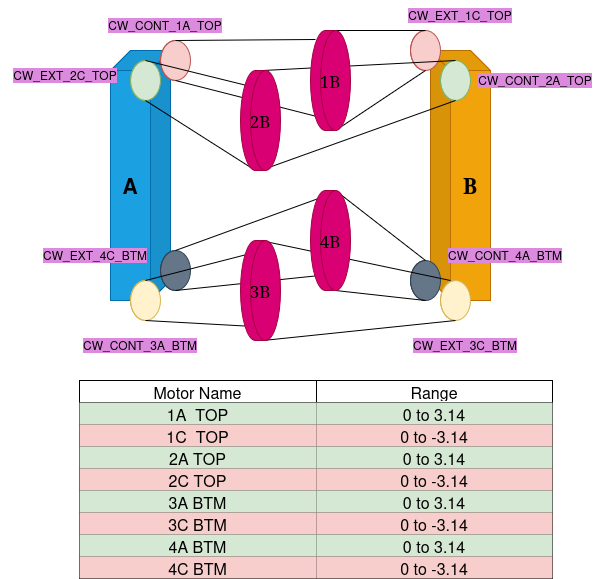
The draw.io diagram HSAModel.png in rdlynx19/HSA, before a commit. Source tidied: cells renumbered, new cells last; positions are measured from the earlier drawing's top-left corner, leaving out a move shared by most shapes.
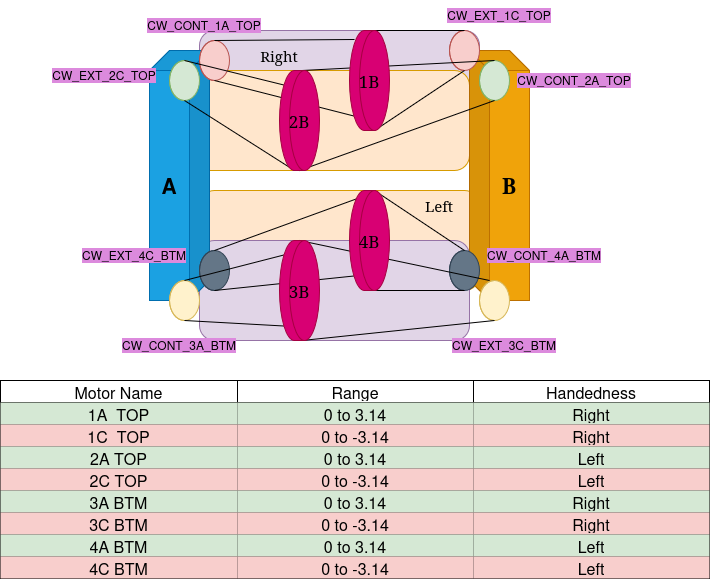
Above is the later version.

Diff of the diagram source:
```diff
@@ -1,7 +1,26 @@
 <mxGraphModel>
   <root>
     <mxCell id="0" />
+    <mxCell id="73" value="HSA" parent="0" />
+    <mxCell id="74" style="rounded=1;whiteSpace=wrap;html=1;fillColor=#e1d5e7;strokeColor=#9673a6;" parent="73" vertex="1">
+      <mxGeometry x="160" y="30" width="280" height="100" as="geometry" />
+    </mxCell>
+    <mxCell id="75" style="rounded=1;whiteSpace=wrap;html=1;fillColor=#ffe6cc;strokeColor=#d79b00;" parent="73" vertex="1">
+      <mxGeometry x="160" y="190" width="280" height="100" as="geometry" />
+    </mxCell>
+    <mxCell id="76" style="rounded=1;whiteSpace=wrap;html=1;fillColor=#ffe6cc;strokeColor=#d79b00;" parent="73" vertex="1">
+      <mxGeometry x="150" y="70" width="280" height="100" as="geometry" />
+    </mxCell>
+    <mxCell id="77" value="&lt;font style=&quot;font-size: 15px;&quot; face=&quot;Verdana&quot;&gt;Right&lt;/font&gt;" style="text;html=1;whiteSpace=wrap;strokeColor=none;fillColor=none;align=center;verticalAlign=middle;rounded=0;" parent="73" vertex="1">
+      <mxGeometry x="210" y="40" width="60" height="30" as="geometry" />
+    </mxCell>
+    <mxCell id="78" value="&lt;font style=&quot;font-size: 15px;&quot; face=&quot;Verdana&quot;&gt;Left&lt;/font&gt;" style="text;html=1;whiteSpace=wrap;strokeColor=none;fillColor=none;align=center;verticalAlign=middle;rounded=0;" parent="73" vertex="1">
+      <mxGeometry x="370" y="190" width="60" height="30" as="geometry" />
+    </mxCell>
     <mxCell id="1" parent="0" />
+    <mxCell id="79" style="rounded=1;whiteSpace=wrap;html=1;fillColor=#e1d5e7;strokeColor=#9673a6;" parent="1" vertex="1">
+      <mxGeometry x="160" y="240" width="270" height="100" as="geometry" />
+    </mxCell>
     <mxCell id="2" value="B" style="shape=cube;whiteSpace=wrap;html=1;boundedLbl=1;backgroundOutline=1;darkOpacity=0.05;darkOpacity2=0.1;fillColor=#f0a30a;strokeColor=#BD7000;fontColor=#000000;fontFamily=Verdana;fontSize=21;fontStyle=1;" parent="1" vertex="1">
       <mxGeometry x="430" y="50" width="60" height="250" as="geometry" />
     </mxCell>
@@ -27,7 +46,7 @@
       <mxGeometry x="440" y="60" width="30" height="40" as="geometry" />
     </mxCell>
     <mxCell id="10" style="shape=cylinder3;whiteSpace=wrap;html=1;boundedLbl=1;backgroundOutline=1;size=15;direction=south;flipH=0;fillColor=#647687;fontColor=#ffffff;strokeColor=#314354;" parent="1" vertex="1">
-      <mxGeometry x="410" y="260" width="30" height="40" as="geometry" />
+      <mxGeometry x="410" y="250" width="30" height="40" as="geometry" />
     </mxCell>
     <mxCell id="11" style="shape=cylinder3;whiteSpace=wrap;html=1;boundedLbl=1;backgroundOutline=1;size=15;direction=south;flipH=0;fillColor=#fff2cc;strokeColor=#d6b656;" parent="1" vertex="1">
       <mxGeometry x="440" y="280" width="30" height="40" as="geometry" />
@@ -74,9 +93,6 @@
     <mxCell id="25" style="endArrow=none;html=1;rounded=0;entryX=0;entryY=0.667;entryDx=0;entryDy=0;entryPerimeter=0;exitX=0;exitY=0.5;exitDx=0;exitDy=0;exitPerimeter=0;" parent="1" edge="1" source="40" target="11">
       <mxGeometry relative="1" as="geometry" />
     </mxCell>
-    <mxCell id="26" style="endArrow=none;html=1;rounded=0;exitX=1;exitY=0;exitDx=0;exitDy=17.5;exitPerimeter=0;entryX=1;entryY=0.5;entryDx=0;entryDy=0;entryPerimeter=0;" parent="1" edge="1" source="40" target="11">
-      <mxGeometry relative="1" as="geometry" />
-    </mxCell>
     <mxCell id="27" value="CW_CONT_1A_TOP" style="text;html=1;whiteSpace=wrap;strokeColor=none;fillColor=none;align=center;verticalAlign=middle;rounded=0;labelBackgroundColor=light-dark(#dc8add, #ededed);fontColor=light-dark(#000000,#EDEDED);" parent="1" vertex="1">
       <mxGeometry x="100" y="10" width="130" height="30" as="geometry" />
     </mxCell>
@@ -104,6 +120,9 @@
     <mxCell id="35" style="endArrow=none;html=1;rounded=0;entryX=1;entryY=0.5;entryDx=0;entryDy=0;entryPerimeter=0;exitX=1;exitY=0;exitDx=0;exitDy=15;exitPerimeter=0;" parent="1" edge="1" source="37" target="8">
       <mxGeometry relative="1" as="geometry" />
     </mxCell>
+    <mxCell id="26" style="endArrow=none;html=1;rounded=0;exitX=1;exitY=0;exitDx=0;exitDy=17.5;exitPerimeter=0;entryX=1;entryY=0.5;entryDx=0;entryDy=0;entryPerimeter=0;" parent="1" edge="1" source="40" target="11">
+      <mxGeometry relative="1" as="geometry" />
+    </mxCell>
     <mxCell id="36" value="Discs" parent="0" />
     <mxCell id="37" style="shape=cylinder3;whiteSpace=wrap;html=1;boundedLbl=1;backgroundOutline=1;size=15;direction=south;fillColor=#d80073;fontColor=#ffffff;strokeColor=#A50040;" parent="36" vertex="1">
       <mxGeometry x="310" y="30" width="40" height="100" as="geometry" />
@@ -130,10 +149,10 @@
       <mxGeometry x="230" y="105" width="60" height="30" as="geometry" />
     </mxCell>
     <mxCell id="45" style="shape=table;startSize=0;fontSize=16;" parent="36" vertex="1">
-      <mxGeometry x="79" y="380" width="473" height="198" as="geometry" />
+      <mxGeometry x="-39" y="380" width="709" height="198" as="geometry" />
     </mxCell>
     <mxCell id="46" style="shape=tableRow;horizontal=0;startSize=0;swimlaneHead=0;swimlaneBody=0;strokeColor=inherit;top=0;left=0;bottom=0;right=0;fillColor=none;fontSize=16;" parent="45" vertex="1">
-      <mxGeometry width="473" height="22" as="geometry" />
+      <mxGeometry width="709" height="22" as="geometry" />
     </mxCell>
     <mxCell id="47" value="Motor Name" style="shape=partialRectangle;html=1;whiteSpace=wrap;strokeColor=inherit;overflow=hidden;fillColor=none;top=0;left=0;bottom=0;right=0;fontSize=16;" parent="46" vertex="1">
       <mxGeometry width="237" height="22" as="geometry" />
@@ -141,8 +160,11 @@
     <mxCell id="48" value="Range" style="shape=partialRectangle;html=1;whiteSpace=wrap;strokeColor=inherit;overflow=hidden;fillColor=none;top=0;left=0;bottom=0;right=0;fontSize=16;" parent="46" vertex="1">
       <mxGeometry x="237" width="236" height="22" as="geometry" />
     </mxCell>
+    <mxCell id="80" value="Handedness" style="shape=partialRectangle;html=1;whiteSpace=wrap;strokeColor=inherit;overflow=hidden;fillColor=none;top=0;left=0;bottom=0;right=0;fontSize=16;" parent="46" vertex="1">
+      <mxGeometry x="473" width="236" height="22" as="geometry" />
+    </mxCell>
     <mxCell id="49" style="shape=tableRow;horizontal=0;startSize=0;swimlaneHead=0;swimlaneBody=0;strokeColor=inherit;top=0;left=0;bottom=0;right=0;fillColor=none;fontSize=16;" parent="45" vertex="1">
-      <mxGeometry y="22" width="473" height="22" as="geometry" />
+      <mxGeometry y="22" width="709" height="22" as="geometry" />
     </mxCell>
     <mxCell id="50" value="1A_TOP" style="shape=partialRectangle;html=1;whiteSpace=wrap;strokeColor=#82b366;overflow=hidden;fillColor=#d5e8d4;top=0;left=0;bottom=0;right=0;fontSize=16;" parent="49" vertex="1">
       <mxGeometry width="237" height="22" as="geometry" />
@@ -150,8 +172,11 @@
     <mxCell id="51" value="0 to 3.14" style="shape=partialRectangle;html=1;whiteSpace=wrap;strokeColor=#82b366;overflow=hidden;fillColor=#d5e8d4;top=0;left=0;bottom=0;right=0;fontSize=16;" parent="49" vertex="1">
       <mxGeometry x="237" width="236" height="22" as="geometry" />
     </mxCell>
+    <mxCell id="81" value="Right" style="shape=partialRectangle;html=1;whiteSpace=wrap;strokeColor=#82b366;overflow=hidden;fillColor=#d5e8d4;top=0;left=0;bottom=0;right=0;fontSize=16;" parent="49" vertex="1">
+      <mxGeometry x="473" width="236" height="22" as="geometry" />
+    </mxCell>
     <mxCell id="52" style="shape=tableRow;horizontal=0;startSize=0;swimlaneHead=0;swimlaneBody=0;strokeColor=inherit;top=0;left=0;bottom=0;right=0;fillColor=none;fontSize=16;" parent="45" vertex="1">
-      <mxGeometry y="44" width="473" height="22" as="geometry" />
+      <mxGeometry y="44" width="709" height="22" as="geometry" />
     </mxCell>
     <mxCell id="53" value="1C_TOP" style="shape=partialRectangle;html=1;whiteSpace=wrap;strokeColor=#b85450;overflow=hidden;fillColor=#f8cecc;top=0;left=0;bottom=0;right=0;fontSize=16;" parent="52" vertex="1">
       <mxGeometry width="237" height="22" as="geometry" />
@@ -159,8 +184,11 @@
     <mxCell id="54" value="0 to -3.14" style="shape=partialRectangle;html=1;whiteSpace=wrap;strokeColor=#b85450;overflow=hidden;fillColor=#f8cecc;top=0;left=0;bottom=0;right=0;fontSize=16;" parent="52" vertex="1">
       <mxGeometry x="237" width="236" height="22" as="geometry" />
     </mxCell>
+    <mxCell id="82" value="Right" style="shape=partialRectangle;html=1;whiteSpace=wrap;strokeColor=#b85450;overflow=hidden;fillColor=#f8cecc;top=0;left=0;bottom=0;right=0;fontSize=16;" parent="52" vertex="1">
+      <mxGeometry x="473" width="236" height="22" as="geometry" />
+    </mxCell>
     <mxCell id="55" style="shape=tableRow;horizontal=0;startSize=0;swimlaneHead=0;swimlaneBody=0;strokeColor=inherit;top=0;left=0;bottom=0;right=0;fillColor=none;fontSize=16;" parent="45" vertex="1">
-      <mxGeometry y="66" width="473" height="22" as="geometry" />
+      <mxGeometry y="66" width="709" height="22" as="geometry" />
     </mxCell>
     <mxCell id="56" value="2A TOP" style="shape=partialRectangle;html=1;whiteSpace=wrap;strokeColor=#82b366;overflow=hidden;fillColor=#d5e8d4;top=0;left=0;bottom=0;right=0;fontSize=16;" parent="55" vertex="1">
       <mxGeometry width="237" height="22" as="geometry" />
@@ -168,8 +196,11 @@
     <mxCell id="57" value="0 to 3.14" style="shape=partialRectangle;html=1;whiteSpace=wrap;strokeColor=#82b366;overflow=hidden;fillColor=#d5e8d4;top=0;left=0;bottom=0;right=0;fontSize=16;" parent="55" vertex="1">
       <mxGeometry x="237" width="236" height="22" as="geometry" />
     </mxCell>
+    <mxCell id="83" value="Left" style="shape=partialRectangle;html=1;whiteSpace=wrap;strokeColor=#82b366;overflow=hidden;fillColor=#d5e8d4;top=0;left=0;bottom=0;right=0;fontSize=16;" parent="55" vertex="1">
+      <mxGeometry x="473" width="236" height="22" as="geometry" />
+    </mxCell>
     <mxCell id="58" style="shape=tableRow;horizontal=0;startSize=0;swimlaneHead=0;swimlaneBody=0;strokeColor=inherit;top=0;left=0;bottom=0;right=0;fillColor=none;fontSize=16;" parent="45" vertex="1">
-      <mxGeometry y="88" width="473" height="22" as="geometry" />
+      <mxGeometry y="88" width="709" height="22" as="geometry" />
     </mxCell>
     <mxCell id="59" value="2C TOP" style="shape=partialRectangle;html=1;whiteSpace=wrap;strokeColor=#b85450;overflow=hidden;fillColor=#f8cecc;top=0;left=0;bottom=0;right=0;fontSize=16;" parent="58" vertex="1">
       <mxGeometry width="237" height="22" as="geometry" />
@@ -177,8 +208,11 @@
     <mxCell id="60" value="0 to -3.14" style="shape=partialRectangle;html=1;whiteSpace=wrap;strokeColor=#b85450;overflow=hidden;fillColor=#f8cecc;top=0;left=0;bottom=0;right=0;fontSize=16;" parent="58" vertex="1">
       <mxGeometry x="237" width="236" height="22" as="geometry" />
     </mxCell>
+    <mxCell id="84" value="Left" style="shape=partialRectangle;html=1;whiteSpace=wrap;strokeColor=#b85450;overflow=hidden;fillColor=#f8cecc;top=0;left=0;bottom=0;right=0;fontSize=16;" parent="58" vertex="1">
+      <mxGeometry x="473" width="236" height="22" as="geometry" />
+    </mxCell>
     <mxCell id="61" style="shape=tableRow;horizontal=0;startSize=0;swimlaneHead=0;swimlaneBody=0;strokeColor=inherit;top=0;left=0;bottom=0;right=0;fillColor=none;fontSize=16;" parent="45" vertex="1">
-      <mxGeometry y="110" width="473" height="22" as="geometry" />
+      <mxGeometry y="110" width="709" height="22" as="geometry" />
     </mxCell>
     <mxCell id="62" value="3A BTM" style="shape=partialRectangle;html=1;whiteSpace=wrap;strokeColor=#82b366;overflow=hidden;fillColor=#d5e8d4;top=0;left=0;bottom=0;right=0;fontSize=16;" parent="61" vertex="1">
       <mxGeometry width="237" height="22" as="geometry" />
@@ -186,8 +220,11 @@
     <mxCell id="63" value="0 to 3.14" style="shape=partialRectangle;html=1;whiteSpace=wrap;strokeColor=#82b366;overflow=hidden;fillColor=#d5e8d4;top=0;left=0;bottom=0;right=0;fontSize=16;" parent="61" vertex="1">
       <mxGeometry x="237" width="236" height="22" as="geometry" />
     </mxCell>
+    <mxCell id="85" value="Right" style="shape=partialRectangle;html=1;whiteSpace=wrap;strokeColor=#82b366;overflow=hidden;fillColor=#d5e8d4;top=0;left=0;bottom=0;right=0;fontSize=16;" parent="61" vertex="1">
+      <mxGeometry x="473" width="236" height="22" as="geometry" />
+    </mxCell>
     <mxCell id="64" style="shape=tableRow;horizontal=0;startSize=0;swimlaneHead=0;swimlaneBody=0;strokeColor=inherit;top=0;left=0;bottom=0;right=0;fillColor=none;fontSize=16;" parent="45" vertex="1">
-      <mxGeometry y="132" width="473" height="22" as="geometry" />
+      <mxGeometry y="132" width="709" height="22" as="geometry" />
     </mxCell>
     <mxCell id="65" value="3C BTM" style="shape=partialRectangle;html=1;whiteSpace=wrap;strokeColor=#b85450;overflow=hidden;fillColor=#f8cecc;top=0;left=0;bottom=0;right=0;fontSize=16;" parent="64" vertex="1">
       <mxGeometry width="237" height="22" as="geometry" />
@@ -195,8 +232,11 @@
     <mxCell id="66" value="0 to -3.14" style="shape=partialRectangle;html=1;whiteSpace=wrap;strokeColor=#b85450;overflow=hidden;fillColor=#f8cecc;top=0;left=0;bottom=0;right=0;fontSize=16;" parent="64" vertex="1">
       <mxGeometry x="237" width="236" height="22" as="geometry" />
     </mxCell>
+    <mxCell id="86" value="Right" style="shape=partialRectangle;html=1;whiteSpace=wrap;strokeColor=#b85450;overflow=hidden;fillColor=#f8cecc;top=0;left=0;bottom=0;right=0;fontSize=16;" parent="64" vertex="1">
+      <mxGeometry x="473" width="236" height="22" as="geometry" />
+    </mxCell>
     <mxCell id="67" style="shape=tableRow;horizontal=0;startSize=0;swimlaneHead=0;swimlaneBody=0;strokeColor=inherit;top=0;left=0;bottom=0;right=0;fillColor=none;fontSize=16;" parent="45" vertex="1">
-      <mxGeometry y="154" width="473" height="22" as="geometry" />
+      <mxGeometry y="154" width="709" height="22" as="geometry" />
     </mxCell>
     <mxCell id="68" value="4A BTM" style="shape=partialRectangle;html=1;whiteSpace=wrap;strokeColor=#82b366;overflow=hidden;fillColor=#d5e8d4;top=0;left=0;bottom=0;right=0;fontSize=16;" parent="67" vertex="1">
       <mxGeometry width="237" height="22" as="geometry" />
@@ -204,8 +244,11 @@
     <mxCell id="69" value="0 to 3.14" style="shape=partialRectangle;html=1;whiteSpace=wrap;strokeColor=#82b366;overflow=hidden;fillColor=#d5e8d4;top=0;left=0;bottom=0;right=0;fontSize=16;" parent="67" vertex="1">
       <mxGeometry x="237" width="236" height="22" as="geometry" />
     </mxCell>
+    <mxCell id="87" value="Left" style="shape=partialRectangle;html=1;whiteSpace=wrap;strokeColor=#82b366;overflow=hidden;fillColor=#d5e8d4;top=0;left=0;bottom=0;right=0;fontSize=16;" parent="67" vertex="1">
+      <mxGeometry x="473" width="236" height="22" as="geometry" />
+    </mxCell>
     <mxCell id="70" style="shape=tableRow;horizontal=0;startSize=0;swimlaneHead=0;swimlaneBody=0;strokeColor=inherit;top=0;left=0;bottom=0;right=0;fillColor=none;fontSize=16;" parent="45" vertex="1">
-      <mxGeometry y="176" width="473" height="22" as="geometry" />
+      <mxGeometry y="176" width="709" height="22" as="geometry" />
     </mxCell>
     <mxCell id="71" value="4C BTM" style="shape=partialRectangle;html=1;whiteSpace=wrap;strokeColor=#b85450;overflow=hidden;fillColor=#f8cecc;top=0;left=0;bottom=0;right=0;fontSize=16;" parent="70" vertex="1">
       <mxGeometry width="237" height="22" as="geometry" />
@@ -213,5 +256,8 @@
     <mxCell id="72" value="0 to -3.14" style="shape=partialRectangle;html=1;whiteSpace=wrap;strokeColor=#b85450;overflow=hidden;fillColor=#f8cecc;top=0;left=0;bottom=0;right=0;fontSize=16;" parent="70" vertex="1">
       <mxGeometry x="237" width="236" height="22" as="geometry" />
     </mxCell>
+    <mxCell id="88" value="Left" style="shape=partialRectangle;html=1;whiteSpace=wrap;strokeColor=#b85450;overflow=hidden;fillColor=#f8cecc;top=0;left=0;bottom=0;right=0;fontSize=16;" parent="70" vertex="1">
+      <mxGeometry x="473" width="236" height="22" as="geometry" />
+    </mxCell>
   </root>
 </mxGraphModel>
```
